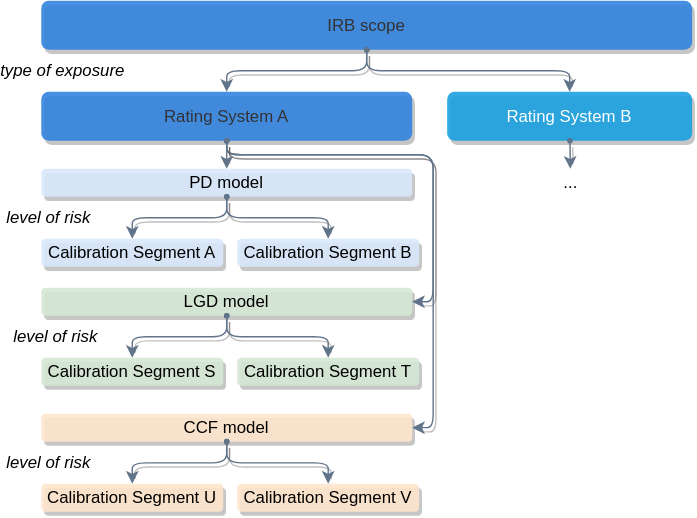
bergberg/eduquant-courses keeps this draw.io diagram as media/rating_system_calib_segm.drawio.svg. Above is the earlier version. Source tidied: cells renumbered, new cells last; positions are measured from the earlier drawing's top-left corner, leaving out a move shared by most shapes.
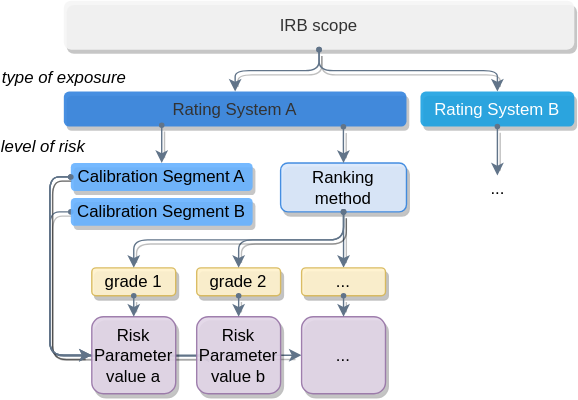
After the commit.

Diff of the diagram source:
```diff
@@ -2,84 +2,63 @@
   <root>
     <mxCell id="0" />
     <mxCell id="1" parent="0" />
+    <mxCell id="3" value="Ranking method" style="whiteSpace=wrap;html=1;shadow=1;fontFamily=Helvetica;fontStyle=0;strokeColor=#3383DE;fillColor=#dae8fc;spacing=0;spacingTop=0;spacingLeft=4;spacingRight=4;rounded=1;glass=0;enumerate=0;enumerateValue=2;fontSize=12;opacity=90;" parent="1" vertex="1">
+      <mxGeometry x="155" y="116" width="90" height="35" as="geometry" />
+    </mxCell>
     <mxCell id="2" value="Rating System A" style="whiteSpace=wrap;html=1;shadow=1;fontFamily=Helvetica;fontColor=#333333;fontStyle=0;strokeColor=none;fillColor=#3383DE;spacing=0;spacingTop=0;spacingLeft=4;spacingRight=4;rounded=1;glass=0;enumerate=0;enumerateValue=2;fontSize=12;opacity=90;" parent="1" vertex="1">
-      <mxGeometry y="65" width="265" height="35" as="geometry" />
+      <mxGeometry y="65" width="245" height="25" as="geometry" />
     </mxCell>
-    <mxCell id="3" value="PD model" style="whiteSpace=wrap;html=1;shadow=1;fontFamily=Helvetica;fontStyle=0;strokeColor=none;fillColor=#dae8fc;spacing=0;spacingTop=0;spacingLeft=4;spacingRight=4;rounded=1;glass=0;enumerate=0;enumerateValue=2;fontSize=12;opacity=90;" parent="1" vertex="1">
-      <mxGeometry y="120" width="265" height="20" as="geometry" />
-    </mxCell>
+    <mxCell id="26" style="edgeStyle=orthogonalEdgeStyle;shape=connector;rounded=1;comic=0;html=1;entryX=0.5;entryY=0;entryDx=0;entryDy=0;shadow=1;labelBackgroundColor=none;fontFamily=Helvetica;fontSize=12;fontColor=none;startArrow=oval;startFill=1;endArrow=classic;endFill=1;startSize=3;strokeColor=#617489;strokeWidth=1;fillColor=#dae8fc;exitX=0.5;exitY=1;exitDx=0;exitDy=0;" parent="1" edge="1" source="3" target="32">
+      <mxGeometry relative="1" as="geometry" />
+    </mxCell>
+    <mxCell id="27" style="edgeStyle=orthogonalEdgeStyle;shape=connector;rounded=1;comic=0;html=1;entryX=0;entryY=0.5;entryDx=0;entryDy=0;shadow=1;labelBackgroundColor=none;fontFamily=Helvetica;fontSize=12;fontColor=none;startArrow=oval;startFill=1;endArrow=classic;endFill=1;startSize=3;strokeColor=#617489;strokeWidth=1;fillColor=#dae8fc;" parent="1" edge="1" source="4" target="35">
+      <mxGeometry relative="1" as="geometry">
+        <Array as="points">
+          <mxPoint x="-10" y="126" />
+          <mxPoint x="-10" y="254" />
+          <mxPoint x="110" y="254" />
+        </Array>
+      </mxGeometry>
+    </mxCell>
+    <mxCell id="28" style="edgeStyle=orthogonalEdgeStyle;shape=connector;rounded=1;comic=0;html=1;entryX=0;entryY=0.5;entryDx=0;entryDy=0;shadow=1;labelBackgroundColor=none;fontFamily=Helvetica;fontSize=12;fontColor=none;startArrow=oval;startFill=1;endArrow=classic;endFill=1;startSize=3;strokeColor=#617489;strokeWidth=1;fillColor=#dae8fc;" parent="1" edge="1" source="4" target="36">
+      <mxGeometry relative="1" as="geometry">
+        <Array as="points">
+          <mxPoint x="-10" y="126" />
+          <mxPoint x="-10" y="254" />
+        </Array>
+      </mxGeometry>
+    </mxCell>
-    <mxCell id="4" value="Calibration Segment A" style="whiteSpace=wrap;html=1;shadow=1;fontFamily=Helvetica;fontStyle=0;strokeColor=none;fillColor=#dae8fc;spacing=0;spacingTop=0;spacingLeft=4;spacingRight=4;rounded=1;glass=0;enumerate=0;enumerateValue=2;fontSize=12;opacity=90;" parent="1" vertex="1">
-      <mxGeometry y="170" width="130" height="20" as="geometry" />
+    <mxCell id="4" value="Calibration Segment A" style="whiteSpace=wrap;html=1;shadow=1;fontFamily=Helvetica;fontStyle=0;strokeColor=none;fillColor=#66B2FF;spacing=0;spacingTop=0;spacingLeft=4;spacingRight=4;rounded=1;glass=0;enumerate=0;enumerateValue=2;fontSize=12;opacity=90;" parent="1" vertex="1">
+      <mxGeometry x="5" y="116" width="130" height="20" as="geometry" />
     </mxCell>
+    <mxCell id="29" style="edgeStyle=orthogonalEdgeStyle;shape=connector;rounded=1;comic=0;html=1;entryX=0;entryY=0.5;entryDx=0;entryDy=0;shadow=1;labelBackgroundColor=none;fontFamily=Helvetica;fontSize=12;fontColor=none;startArrow=oval;startFill=1;endArrow=classic;endFill=1;startSize=3;strokeColor=#617489;strokeWidth=1;fillColor=#dae8fc;" parent="1" edge="1" source="5" target="34">
+      <mxGeometry relative="1" as="geometry">
+        <Array as="points">
+          <mxPoint x="-10" y="151" />
+          <mxPoint x="-10" y="254" />
+        </Array>
+      </mxGeometry>
+    </mxCell>
-    <mxCell id="5" value="Calibration Segment B" style="whiteSpace=wrap;html=1;shadow=1;fontFamily=Helvetica;fontStyle=0;strokeColor=none;fillColor=#dae8fc;spacing=0;spacingTop=0;spacingLeft=4;spacingRight=4;rounded=1;glass=0;enumerate=0;enumerateValue=2;fontSize=12;opacity=90;" parent="1" vertex="1">
-      <mxGeometry x="140" y="170" width="130" height="20" as="geometry" />
+    <mxCell id="5" value="Calibration Segment B" style="whiteSpace=wrap;html=1;shadow=1;fontFamily=Helvetica;fontStyle=0;strokeColor=none;fillColor=#66B2FF;spacing=0;spacingTop=0;spacingLeft=4;spacingRight=4;rounded=1;glass=0;enumerate=0;enumerateValue=2;fontSize=12;opacity=90;" parent="1" vertex="1">
+      <mxGeometry x="5" y="141" width="130" height="20" as="geometry" />
     </mxCell>
-    <mxCell id="6" value="LGD model" style="whiteSpace=wrap;html=1;shadow=1;fontFamily=Helvetica;fontStyle=0;strokeColor=none;fillColor=#d5e8d4;spacing=0;spacingTop=0;spacingLeft=4;spacingRight=4;rounded=1;glass=0;enumerate=0;enumerateValue=2;fontSize=12;opacity=90;" parent="1" vertex="1">
-      <mxGeometry y="205" width="265" height="20" as="geometry" />
-    </mxCell>
-    <mxCell id="7" value="Calibration Segment S" style="whiteSpace=wrap;html=1;shadow=1;fontFamily=Helvetica;fontStyle=0;strokeColor=none;fillColor=#d5e8d4;spacing=0;spacingTop=0;spacingLeft=4;spacingRight=4;rounded=1;glass=0;enumerate=0;enumerateValue=2;fontSize=12;opacity=90;" parent="1" vertex="1">
-      <mxGeometry y="255" width="130" height="20" as="geometry" />
-    </mxCell>
-    <mxCell id="8" value="Calibration Segment&amp;nbsp;T" style="whiteSpace=wrap;html=1;shadow=1;fontFamily=Helvetica;fontStyle=0;strokeColor=none;fillColor=#d5e8d4;spacing=0;spacingTop=0;spacingLeft=4;spacingRight=4;rounded=1;glass=0;enumerate=0;enumerateValue=2;fontSize=12;opacity=90;" parent="1" vertex="1">
-      <mxGeometry x="140" y="255" width="130" height="20" as="geometry" />
-    </mxCell>
-    <mxCell id="9" value="CCF model" style="whiteSpace=wrap;html=1;shadow=1;fontFamily=Helvetica;fontStyle=0;strokeColor=none;fillColor=#ffe6cc;spacing=0;spacingTop=0;spacingLeft=4;spacingRight=4;rounded=1;glass=0;enumerate=0;enumerateValue=2;fontSize=12;opacity=90;" parent="1" vertex="1">
-      <mxGeometry y="295" width="265" height="20" as="geometry" />
-    </mxCell>
-    <mxCell id="10" value="Calibration Segment U" style="whiteSpace=wrap;html=1;shadow=1;fontFamily=Helvetica;fontStyle=0;strokeColor=none;fillColor=#ffe6cc;spacing=0;spacingTop=0;spacingLeft=4;spacingRight=4;rounded=1;glass=0;enumerate=0;enumerateValue=2;fontSize=12;opacity=90;" parent="1" vertex="1">
-      <mxGeometry y="345" width="130" height="20" as="geometry" />
-    </mxCell>
-    <mxCell id="11" value="Calibration Segment V" style="whiteSpace=wrap;html=1;shadow=1;fontFamily=Helvetica;fontStyle=0;strokeColor=none;fillColor=#ffe6cc;spacing=0;spacingTop=0;spacingLeft=4;spacingRight=4;rounded=1;glass=0;enumerate=0;enumerateValue=2;fontSize=12;opacity=90;" parent="1" vertex="1">
-      <mxGeometry x="140" y="345" width="130" height="20" as="geometry" />
-    </mxCell>
     <mxCell id="12" value="Rating System B" style="whiteSpace=wrap;html=1;shadow=1;fontFamily=Helvetica;fontColor=#ffffff;fontStyle=0;strokeColor=none;fillColor=#1ba1e2;spacing=0;spacingTop=0;spacingLeft=4;spacingRight=4;rounded=1;glass=0;enumerate=0;enumerateValue=2;fontSize=12;opacity=90;" parent="1" vertex="1">
-      <mxGeometry x="290" y="65" width="175" height="35" as="geometry" />
+      <mxGeometry x="255" y="65" width="110" height="25" as="geometry" />
     </mxCell>
-    <mxCell id="13" value="IRB scope" style="whiteSpace=wrap;html=1;shadow=1;fontFamily=Helvetica;fontColor=#333333;fontStyle=0;strokeColor=none;fillColor=#3383DE;spacing=0;spacingTop=0;spacingLeft=4;spacingRight=4;rounded=1;glass=0;enumerate=0;enumerateValue=2;fontSize=12;opacity=90;" parent="1" vertex="1">
-      <mxGeometry width="465" height="35" as="geometry" />
+    <mxCell id="13" value="IRB scope" style="whiteSpace=wrap;html=1;shadow=1;fontFamily=Helvetica;fontColor=#333333;fontStyle=0;strokeColor=none;fillColor=#f5f5f5;spacing=0;spacingTop=0;spacingLeft=4;spacingRight=4;rounded=1;glass=0;enumerate=0;enumerateValue=2;fontSize=12;opacity=90;" parent="1" vertex="1">
+      <mxGeometry width="365" height="35" as="geometry" />
     </mxCell>
-    <mxCell id="14" style="edgeStyle=orthogonalEdgeStyle;shape=connector;rounded=1;comic=0;html=1;exitX=0.5;exitY=1;exitDx=0;exitDy=0;entryX=1;entryY=0.5;entryDx=0;entryDy=0;shadow=1;labelBackgroundColor=none;fontFamily=Helvetica;fontSize=12;fontColor=none;startArrow=oval;startFill=1;endArrow=classic;endFill=1;startSize=3;strokeColor=#617489;strokeWidth=1;" parent="1" edge="1" source="2" target="6">
-      <mxGeometry relative="1" as="geometry">
-        <Array as="points">
-          <mxPoint x="132" y="110" />
-          <mxPoint x="280" y="110" />
-          <mxPoint x="280" y="215" />
-        </Array>
-      </mxGeometry>
-    </mxCell>
-    <mxCell id="15" style="edgeStyle=orthogonalEdgeStyle;shape=connector;rounded=1;comic=0;html=1;exitX=0.5;exitY=1;exitDx=0;exitDy=0;entryX=1;entryY=0.5;entryDx=0;entryDy=0;shadow=1;labelBackgroundColor=none;fontFamily=Helvetica;fontSize=12;fontColor=none;startArrow=oval;startFill=1;endArrow=classic;endFill=1;startSize=3;strokeColor=#617489;strokeWidth=1;" parent="1" edge="1" source="2" target="9">
-      <mxGeometry relative="1" as="geometry">
-        <Array as="points">
-          <mxPoint x="133" y="110" />
-          <mxPoint x="280" y="110" />
-          <mxPoint x="280" y="305" />
-        </Array>
-      </mxGeometry>
-    </mxCell>
-    <mxCell id="16" style="edgeStyle=orthogonalEdgeStyle;shape=connector;rounded=1;comic=0;html=1;entryX=0.5;entryY=0;entryDx=0;entryDy=0;shadow=1;labelBackgroundColor=none;fontFamily=Helvetica;fontSize=12;fontColor=none;startArrow=oval;startFill=1;endArrow=classic;endFill=1;startSize=3;strokeColor=#617489;strokeWidth=1;" parent="1" edge="1" source="2" target="3">
+    <mxCell id="16" style="edgeStyle=orthogonalEdgeStyle;shape=connector;rounded=1;comic=0;html=1;entryX=0.5;entryY=0;entryDx=0;entryDy=0;shadow=1;labelBackgroundColor=none;fontFamily=Helvetica;fontSize=12;fontColor=none;startArrow=oval;startFill=1;endArrow=classic;endFill=1;startSize=3;strokeColor=#617489;strokeWidth=1;exitX=0.816;exitY=1.004;exitDx=0;exitDy=0;exitPerimeter=0;" parent="1" edge="1" source="2" target="3">
       <mxGeometry relative="1" as="geometry" />
     </mxCell>
-    <mxCell id="17" value="level of risk" style="edgeStyle=elbowEdgeStyle;shape=connector;rounded=1;comic=0;elbow=vertical;html=1;shadow=1;labelBackgroundColor=none;fontFamily=Helvetica;fontSize=12;fontColor=none;startArrow=oval;startFill=1;endArrow=classic;endFill=1;startSize=3;strokeColor=#617489;strokeWidth=1;exitX=0.5;exitY=1;exitDx=0;exitDy=0;fillColor=#dae8fc;fontStyle=2;" parent="1" edge="1" source="3" target="4">
-      <mxGeometry x="0.69" y="-60" relative="1" as="geometry" />
+    <mxCell id="17" value="level of risk" style="edgeStyle=elbowEdgeStyle;shape=connector;rounded=1;comic=0;elbow=vertical;html=1;shadow=1;labelBackgroundColor=none;fontFamily=Helvetica;fontSize=12;fontColor=none;startArrow=oval;startFill=1;endArrow=classic;endFill=1;startSize=3;strokeColor=#617489;strokeWidth=1;fillColor=#dae8fc;fontStyle=2;" parent="1" edge="1" target="4">
+      <mxGeometry x="0.19" y="-85" relative="1" as="geometry">
+        <mxPoint x="70" y="89" as="sourcePoint" />
+      </mxGeometry>
     </mxCell>
-    <mxCell id="18" style="edgeStyle=elbowEdgeStyle;shape=connector;rounded=1;comic=0;elbow=vertical;html=1;exitX=0.5;exitY=1;exitDx=0;exitDy=0;entryX=0.5;entryY=0;entryDx=0;entryDy=0;shadow=1;labelBackgroundColor=none;fontFamily=Helvetica;fontSize=12;fontColor=none;startArrow=oval;startFill=1;endArrow=classic;endFill=1;startSize=3;strokeColor=#617489;strokeWidth=1;fillColor=#dae8fc;" parent="1" edge="1" source="3" target="5">
-      <mxGeometry relative="1" as="geometry" />
-    </mxCell>
-    <mxCell id="19" value="&lt;i&gt;level of risk&lt;/i&gt;" style="edgeStyle=elbowEdgeStyle;shape=connector;rounded=1;comic=0;elbow=vertical;html=1;shadow=1;labelBackgroundColor=none;fontFamily=Helvetica;fontSize=12;fontColor=none;startArrow=oval;startFill=1;endArrow=classic;endFill=1;startSize=3;strokeColor=#617489;strokeWidth=1;exitX=0.5;exitY=1;exitDx=0;exitDy=0;fillColor=#d5e8d4;" parent="1" edge="1" source="6" target="7">
-      <mxGeometry x="0.69" y="-55" relative="1" as="geometry" />
-    </mxCell>
-    <mxCell id="20" style="edgeStyle=elbowEdgeStyle;shape=connector;rounded=1;comic=0;elbow=vertical;html=1;exitX=0.5;exitY=1;exitDx=0;exitDy=0;entryX=0.5;entryY=0;entryDx=0;entryDy=0;shadow=1;labelBackgroundColor=none;fontFamily=Helvetica;fontSize=12;fontColor=none;startArrow=oval;startFill=1;endArrow=classic;endFill=1;startSize=3;strokeColor=#617489;strokeWidth=1;fillColor=#d5e8d4;" parent="1" edge="1" source="6" target="8">
-      <mxGeometry relative="1" as="geometry" />
-    </mxCell>
-    <mxCell id="21" value="level of risk" style="edgeStyle=elbowEdgeStyle;shape=connector;rounded=1;comic=0;elbow=vertical;html=1;shadow=1;labelBackgroundColor=none;fontFamily=Helvetica;fontSize=12;fontColor=none;startArrow=oval;startFill=1;endArrow=classic;endFill=1;startSize=3;strokeColor=#617489;strokeWidth=1;exitX=0.5;exitY=1;exitDx=0;exitDy=0;fontStyle=2;" parent="1" edge="1" source="9" target="10">
-      <mxGeometry x="0.7" y="-60" relative="1" as="geometry" />
-    </mxCell>
-    <mxCell id="22" style="edgeStyle=elbowEdgeStyle;shape=connector;rounded=1;comic=0;elbow=vertical;html=1;exitX=0.5;exitY=1;exitDx=0;exitDy=0;entryX=0.5;entryY=0;entryDx=0;entryDy=0;shadow=1;labelBackgroundColor=none;fontFamily=Helvetica;fontSize=12;fontColor=none;startArrow=oval;startFill=1;endArrow=classic;endFill=1;startSize=3;strokeColor=#617489;strokeWidth=1;" parent="1" edge="1" source="9" target="11">
-      <mxGeometry relative="1" as="geometry" />
-    </mxCell>
     <mxCell id="23" value="..." style="edgeStyle=none;html=1;labelBackgroundColor=none;fontSize=12;strokeColor=#617489;fontColor=none;comic=0;shadow=1;startArrow=oval;startFill=1;endFill=1;startSize=3;strokeWidth=1;" parent="1" edge="1" source="12">
       <mxGeometry x="1" y="-10" relative="1" as="geometry">
-        <mxPoint x="378" y="120" as="targetPoint" />
+        <mxPoint x="310" y="125" as="targetPoint" />
         <mxPoint x="10" y="10" as="offset" />
       </mxGeometry>
     </mxCell>
@@ -87,9 +66,50 @@
       <mxGeometry relative="1" as="geometry" />
     </mxCell>
     <mxCell id="25" value="type of exposure" style="edgeStyle=orthogonalEdgeStyle;shape=connector;rounded=1;comic=0;html=1;exitX=0.5;exitY=1;exitDx=0;exitDy=0;shadow=1;labelBackgroundColor=none;fontFamily=Helvetica;fontSize=12;fontColor=none;startArrow=oval;startFill=1;endArrow=classic;endFill=1;startSize=3;strokeColor=#617489;strokeWidth=1;fontStyle=2;" parent="1" edge="1" source="13" target="12">
-      <mxGeometry x="-0.83" y="-217" relative="1" as="geometry">
-        <mxPoint x="-218" y="-217" as="offset" />
+      <mxGeometry x="-0.81" y="-183" relative="1" as="geometry">
+        <mxPoint x="-182" y="-178" as="offset" />
       </mxGeometry>
     </mxCell>
+    <mxCell id="30" value="grade 1" style="whiteSpace=wrap;html=1;shadow=1;fontFamily=Helvetica;fontStyle=0;strokeColor=#d6b656;fillColor=#fff2cc;spacing=0;spacingTop=0;spacingLeft=4;spacingRight=4;rounded=1;glass=0;enumerate=0;enumerateValue=2;fontSize=12;opacity=90;" parent="1" vertex="1">
+      <mxGeometry x="20" y="191" width="60" height="20" as="geometry" />
+    </mxCell>
+    <mxCell id="31" value="grade 2" style="whiteSpace=wrap;html=1;shadow=1;fontFamily=Helvetica;fontStyle=0;strokeColor=#d6b656;fillColor=#fff2cc;spacing=0;spacingTop=0;spacingLeft=4;spacingRight=4;rounded=1;glass=0;enumerate=0;enumerateValue=2;fontSize=12;opacity=90;" parent="1" vertex="1">
+      <mxGeometry x="95" y="191" width="60" height="20" as="geometry" />
+    </mxCell>
+    <mxCell id="32" value="..." style="whiteSpace=wrap;html=1;shadow=1;fontFamily=Helvetica;fontStyle=0;strokeColor=#d6b656;fillColor=#fff2cc;spacing=0;spacingTop=0;spacingLeft=4;spacingRight=4;rounded=1;glass=0;enumerate=0;enumerateValue=2;fontSize=12;opacity=90;" parent="1" vertex="1">
+      <mxGeometry x="170" y="191" width="60" height="20" as="geometry" />
+    </mxCell>
+    <mxCell id="33" style="edgeStyle=orthogonalEdgeStyle;shape=connector;rounded=1;comic=0;html=1;entryX=0.5;entryY=0;entryDx=0;entryDy=0;shadow=1;labelBackgroundColor=none;fontFamily=Helvetica;fontSize=12;fontColor=none;startArrow=oval;startFill=1;endArrow=classic;endFill=1;startSize=3;strokeColor=#617489;strokeWidth=1;fillColor=#dae8fc;exitX=0.5;exitY=1;exitDx=0;exitDy=0;" parent="1" edge="1" source="3" target="31">
+      <mxGeometry relative="1" as="geometry" />
+    </mxCell>
+    <mxCell id="34" value="Risk Parameter value a" style="whiteSpace=wrap;html=1;shadow=1;fontFamily=Helvetica;fontStyle=0;strokeColor=#9673a6;fillColor=#e1d5e7;spacing=0;spacingTop=0;spacingLeft=4;spacingRight=4;rounded=1;glass=0;enumerate=0;enumerateValue=2;fontSize=12;opacity=90;" parent="1" vertex="1">
+      <mxGeometry x="20" y="226" width="60" height="55" as="geometry" />
+    </mxCell>
+    <mxCell id="35" value="Risk Parameter value b" style="whiteSpace=wrap;html=1;shadow=1;fontFamily=Helvetica;fontStyle=0;strokeColor=#9673a6;fillColor=#e1d5e7;spacing=0;spacingTop=0;spacingLeft=4;spacingRight=4;rounded=1;glass=0;enumerate=0;enumerateValue=2;fontSize=12;opacity=90;" parent="1" vertex="1">
+      <mxGeometry x="95" y="226" width="60" height="55" as="geometry" />
+    </mxCell>
+    <mxCell id="36" value="..." style="whiteSpace=wrap;html=1;shadow=1;fontFamily=Helvetica;fontStyle=0;strokeColor=#9673a6;fillColor=#e1d5e7;spacing=0;spacingTop=0;spacingLeft=4;spacingRight=4;rounded=1;glass=0;enumerate=0;enumerateValue=2;fontSize=12;opacity=90;" parent="1" vertex="1">
+      <mxGeometry x="170" y="226" width="60" height="55" as="geometry" />
+    </mxCell>
+    <mxCell id="37" style="edgeStyle=orthogonalEdgeStyle;shape=connector;rounded=1;comic=0;html=1;shadow=1;labelBackgroundColor=none;fontFamily=Helvetica;fontSize=12;fontColor=none;startArrow=oval;startFill=1;endArrow=classic;endFill=1;startSize=3;strokeColor=#617489;strokeWidth=1;fillColor=#dae8fc;" parent="1" edge="1" source="30" target="34">
+      <mxGeometry relative="1" as="geometry" />
+    </mxCell>
+    <mxCell id="38" style="edgeStyle=orthogonalEdgeStyle;shape=connector;rounded=1;comic=0;html=1;entryX=0.5;entryY=0;entryDx=0;entryDy=0;shadow=1;labelBackgroundColor=none;fontFamily=Helvetica;fontSize=12;fontColor=none;startArrow=oval;startFill=1;endArrow=classic;endFill=1;startSize=3;strokeColor=#617489;strokeWidth=1;fillColor=#dae8fc;" parent="1" edge="1" source="31" target="35">
+      <mxGeometry relative="1" as="geometry" />
+    </mxCell>
+    <mxCell id="39" style="edgeStyle=orthogonalEdgeStyle;shape=connector;rounded=1;comic=0;html=1;entryX=0.5;entryY=0;entryDx=0;entryDy=0;shadow=1;labelBackgroundColor=none;fontFamily=Helvetica;fontSize=12;fontColor=none;startArrow=oval;startFill=1;endArrow=classic;endFill=1;startSize=3;strokeColor=#617489;strokeWidth=1;fillColor=#dae8fc;" parent="1" edge="1" source="32" target="36">
+      <mxGeometry relative="1" as="geometry" />
+    </mxCell>
+    <mxCell id="40" style="edgeStyle=orthogonalEdgeStyle;shape=connector;rounded=1;comic=0;html=1;entryX=0;entryY=0.5;entryDx=0;entryDy=0;shadow=1;labelBackgroundColor=none;fontFamily=Helvetica;fontSize=12;fontColor=none;startArrow=oval;startFill=1;endArrow=classic;endFill=1;startSize=3;strokeColor=#617489;strokeWidth=1;fillColor=#dae8fc;exitX=0;exitY=0.5;exitDx=0;exitDy=0;" parent="1" edge="1" source="4" target="34">
+      <mxGeometry relative="1" as="geometry">
+        <Array as="points">
+          <mxPoint x="-10" y="126" />
+          <mxPoint x="-10" y="254" />
+        </Array>
+      </mxGeometry>
+    </mxCell>
+    <mxCell id="41" style="edgeStyle=orthogonalEdgeStyle;shape=connector;rounded=1;comic=0;html=1;shadow=1;labelBackgroundColor=none;fontFamily=Helvetica;fontSize=12;fontColor=none;startArrow=oval;startFill=1;endArrow=classic;endFill=1;startSize=3;strokeColor=#617489;strokeWidth=1;fillColor=#dae8fc;exitX=0.5;exitY=1;exitDx=0;exitDy=0;" parent="1" edge="1" source="3" target="30">
+      <mxGeometry relative="1" as="geometry" />
+    </mxCell>
   </root>
 </mxGraphModel>
```
